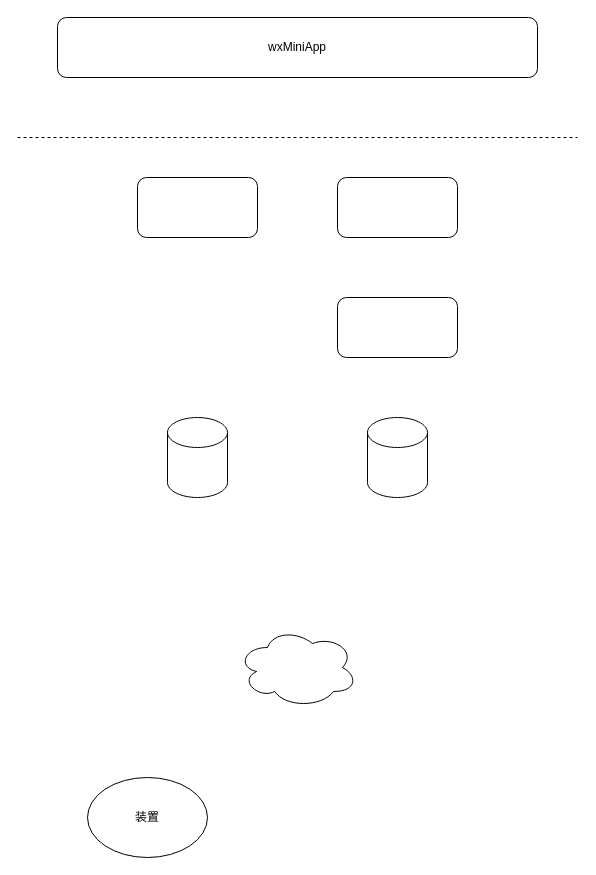
The draw.io diagram 服务结构图.drawio in wangjingtian110/draw.io, before the edit. Source tidied: cells renumbered, new cells numbered last; positions are measured from the earlier drawing's top-left corner, leaving out a move shared by most shapes. Both pictures are drawn from the tidied source at 100%, with x=0, y=0 at pixel (17, 17).
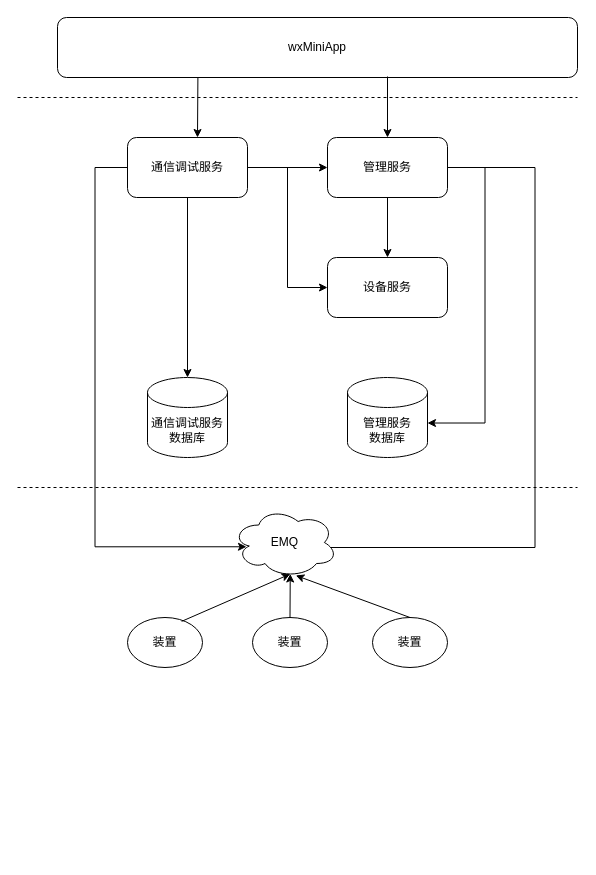
After the change.

Commit message (it also covers changes not shown here):
Update 服务结构图.drawio

Diff of the diagram source:
```diff
@@
     <mxCell id="2" value="wxMiniApp" style="rounded=1;whiteSpace=wrap;html=1;" parent="1" vertex="1">
-      <mxGeometry x="40" width="480" height="60" as="geometry" />
+      <mxGeometry x="40" width="520" height="60" as="geometry" />
     </mxCell>
     <mxCell id="3" style="endArrow=none;dashed=1;html=1;" parent="1" edge="1">
       <mxGeometry relative="1" as="geometry">
-        <mxPoint y="120" as="sourcePoint" />
-        <mxPoint x="560" y="120" as="targetPoint" />
+        <mxPoint y="80" as="sourcePoint" />
+        <mxPoint x="560" y="80" as="targetPoint" />
       </mxGeometry>
     </mxCell>
+    <mxCell id="11" style="edgeStyle=orthogonalEdgeStyle;rounded=0;jettySize=auto;html=1;exitX=1;exitY=0.5;exitDx=0;exitDy=0;entryX=0;entryY=0.5;entryDx=0;entryDy=0;" parent="1" edge="1" source="4" target="5">
+      <mxGeometry relative="1" as="geometry" />
+    </mxCell>
+    <mxCell id="12" style="edgeStyle=orthogonalEdgeStyle;rounded=0;jettySize=auto;html=1;entryX=0;entryY=0.5;entryDx=0;entryDy=0;" parent="1" edge="1" source="4" target="6">
+      <mxGeometry relative="1" as="geometry" />
+    </mxCell>
+    <mxCell id="13" style="edgeStyle=orthogonalEdgeStyle;rounded=0;jettySize=auto;html=1;exitX=0.5;exitY=1;exitDx=0;exitDy=0;entryX=0.5;entryY=0;entryDx=0;entryDy=0;entryPerimeter=0;" parent="1" edge="1" source="4" target="7">
+      <mxGeometry relative="1" as="geometry" />
+    </mxCell>
+    <mxCell id="14" style="edgeStyle=orthogonalEdgeStyle;rounded=0;jettySize=auto;html=1;entryX=0.133;entryY=0.561;entryDx=0;entryDy=0;entryPerimeter=0;" parent="1" edge="1" source="4" target="9">
+      <mxGeometry relative="1" as="geometry">
+        <Array as="points">
+          <mxPoint x="77.5" y="150" />
+          <mxPoint x="77.5" y="529" />
+        </Array>
+      </mxGeometry>
+    </mxCell>
-    <mxCell id="4" style="rounded=1;whiteSpace=wrap;html=1;" parent="1" vertex="1">
-      <mxGeometry x="120" y="160" width="120" height="60" as="geometry" />
+    <mxCell id="4" value="通信调试服务" style="rounded=1;whiteSpace=wrap;html=1;" parent="1" vertex="1">
+      <mxGeometry x="110" y="120" width="120" height="60" as="geometry" />
     </mxCell>
+    <mxCell id="15" style="edgeStyle=orthogonalEdgeStyle;rounded=0;jettySize=auto;html=1;exitX=0.5;exitY=1;exitDx=0;exitDy=0;" parent="1" edge="1" source="5" target="6">
+      <mxGeometry relative="1" as="geometry" />
+    </mxCell>
+    <mxCell id="16" style="edgeStyle=orthogonalEdgeStyle;rounded=0;jettySize=auto;html=1;entryX=1;entryY=0.569;entryDx=0;entryDy=0;entryPerimeter=0;" parent="1" edge="1" source="5" target="8">
+      <mxGeometry relative="1" as="geometry">
+        <Array as="points">
+          <mxPoint x="467.5" y="150" />
+          <mxPoint x="467.5" y="406" />
+        </Array>
+      </mxGeometry>
+    </mxCell>
+    <mxCell id="17" style="edgeStyle=orthogonalEdgeStyle;rounded=0;jettySize=auto;html=1;entryX=0.875;entryY=0.5;entryDx=0;entryDy=0;entryPerimeter=0;" parent="1" edge="1" source="5" target="9">
+      <mxGeometry relative="1" as="geometry">
+        <Array as="points">
+          <mxPoint x="517.5" y="150" />
+          <mxPoint x="517.5" y="530" />
+          <mxPoint x="306.5" y="530" />
+        </Array>
+      </mxGeometry>
+    </mxCell>
-    <mxCell id="5" style="rounded=1;whiteSpace=wrap;html=1;" parent="1" vertex="1">
-      <mxGeometry x="320" y="160" width="120" height="60" as="geometry" />
+    <mxCell id="5" value="管理服务" style="rounded=1;whiteSpace=wrap;html=1;" parent="1" vertex="1">
+      <mxGeometry x="310" y="120" width="120" height="60" as="geometry" />
     </mxCell>
-    <mxCell id="6" style="rounded=1;whiteSpace=wrap;html=1;" parent="1" vertex="1">
-      <mxGeometry x="320" y="280" width="120" height="60" as="geometry" />
+    <mxCell id="6" value="设备服务" style="rounded=1;whiteSpace=wrap;html=1;" parent="1" vertex="1">
+      <mxGeometry x="310" y="240" width="120" height="60" as="geometry" />
     </mxCell>
-    <mxCell id="7" style="shape=cylinder3;whiteSpace=wrap;html=1;boundedLbl=1;backgroundOutline=1;size=15;" parent="1" vertex="1">
-      <mxGeometry x="150" y="400" width="60" height="80" as="geometry" />
+    <mxCell id="7" value="通信调试服务&lt;br&gt;数据库" style="shape=cylinder3;whiteSpace=wrap;html=1;boundedLbl=1;backgroundOutline=1;size=15;" parent="1" vertex="1">
+      <mxGeometry x="130" y="360" width="80" height="80" as="geometry" />
     </mxCell>
-    <mxCell id="8" style="shape=cylinder3;whiteSpace=wrap;html=1;boundedLbl=1;backgroundOutline=1;size=15;" parent="1" vertex="1">
-      <mxGeometry x="350" y="400" width="60" height="80" as="geometry" />
+    <mxCell id="8" value="管理服务&lt;br&gt;数据库" style="shape=cylinder3;whiteSpace=wrap;html=1;boundedLbl=1;backgroundOutline=1;size=15;" parent="1" vertex="1">
+      <mxGeometry x="330" y="360" width="80" height="80" as="geometry" />
     </mxCell>
-    <mxCell id="9" style="ellipse;shape=cloud;whiteSpace=wrap;html=1;" parent="1" vertex="1">
-      <mxGeometry x="220" y="610" width="120" height="80" as="geometry" />
+    <mxCell id="9" value="EMQ" style="ellipse;shape=cloud;whiteSpace=wrap;html=1;" parent="1" vertex="1">
+      <mxGeometry x="215" y="490" width="105" height="70" as="geometry" />
     </mxCell>
     <mxCell id="10" value="装置" style="ellipse;whiteSpace=wrap;html=1;" parent="1" vertex="1">
-      <mxGeometry x="70" y="760" width="120" height="80" as="geometry" />
+      <mxGeometry x="110" y="600" width="75" height="50" as="geometry" />
     </mxCell>
+    <mxCell id="18" value="装置" style="ellipse;whiteSpace=wrap;html=1;" parent="1" vertex="1">
+      <mxGeometry x="235" y="600" width="75" height="50" as="geometry" />
+    </mxCell>
+    <mxCell id="19" value="装置" style="ellipse;whiteSpace=wrap;html=1;" parent="1" vertex="1">
+      <mxGeometry x="355" y="600" width="75" height="50" as="geometry" />
+    </mxCell>
+    <mxCell id="20" style="endArrow=none;dashed=1;html=1;" parent="1" edge="1">
+      <mxGeometry relative="1" as="geometry">
+        <mxPoint y="470" as="sourcePoint" />
+        <mxPoint x="560" y="470" as="targetPoint" />
+      </mxGeometry>
+    </mxCell>
+    <mxCell id="21" style="endArrow=classic;html=1;entryX=0.5;entryY=0;entryDx=0;entryDy=0;" parent="1" edge="1" target="5">
+      <mxGeometry relative="1" as="geometry">
+        <mxPoint x="370" y="59" as="sourcePoint" />
+      </mxGeometry>
+    </mxCell>
+    <mxCell id="22" style="endArrow=classic;html=1;exitX=0.27;exitY=1.005;exitDx=0;exitDy=0;exitPerimeter=0;" parent="1" edge="1" source="2">
+      <mxGeometry relative="1" as="geometry">
+        <mxPoint x="180" y="120" as="targetPoint" />
+      </mxGeometry>
+    </mxCell>
+    <mxCell id="23" style="endArrow=classic;html=1;exitX=0.722;exitY=0.077;exitDx=0;exitDy=0;exitPerimeter=0;entryX=0.55;entryY=0.95;entryDx=0;entryDy=0;entryPerimeter=0;" parent="1" edge="1" source="10" target="9">
+      <mxGeometry relative="1" as="geometry" />
+    </mxCell>
+    <mxCell id="24" style="endArrow=classic;html=1;exitX=0.5;exitY=0;exitDx=0;exitDy=0;entryX=0.55;entryY=0.95;entryDx=0;entryDy=0;entryPerimeter=0;" parent="1" edge="1" source="18" target="9">
+      <mxGeometry relative="1" as="geometry" />
+    </mxCell>
+    <mxCell id="25" style="endArrow=classic;html=1;exitX=0.5;exitY=0;exitDx=0;exitDy=0;entryX=0.603;entryY=0.971;entryDx=0;entryDy=0;entryPerimeter=0;" parent="1" edge="1" source="19" target="9">
+      <mxGeometry relative="1" as="geometry" />
+    </mxCell>
```
